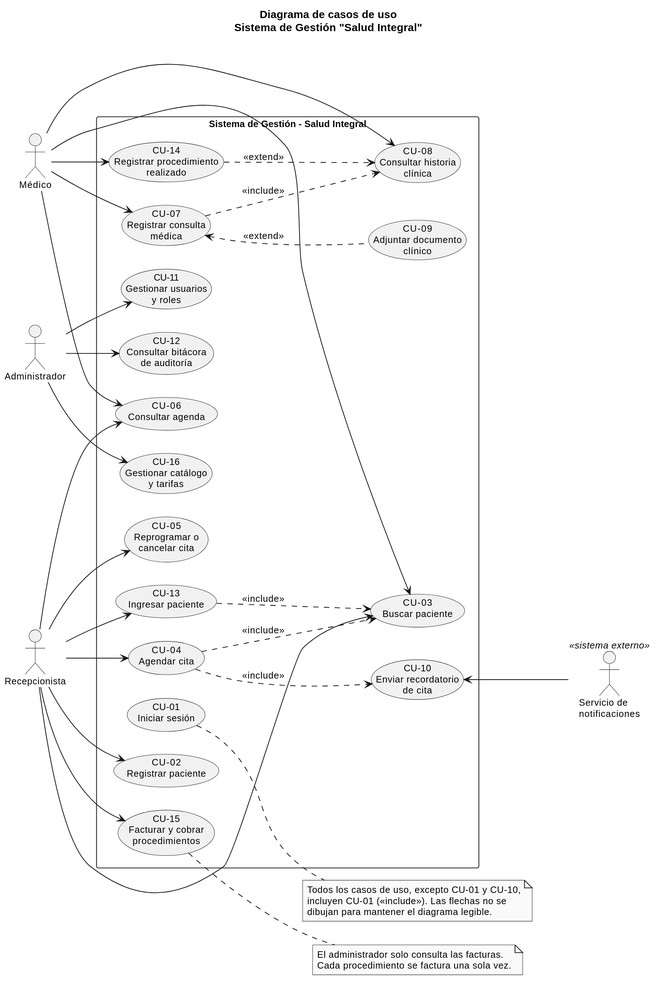
Earlier version of the PlantUML export docs/uml/img/01_casos_de_uso.svg (JNACHO2001/consultorio-medico).
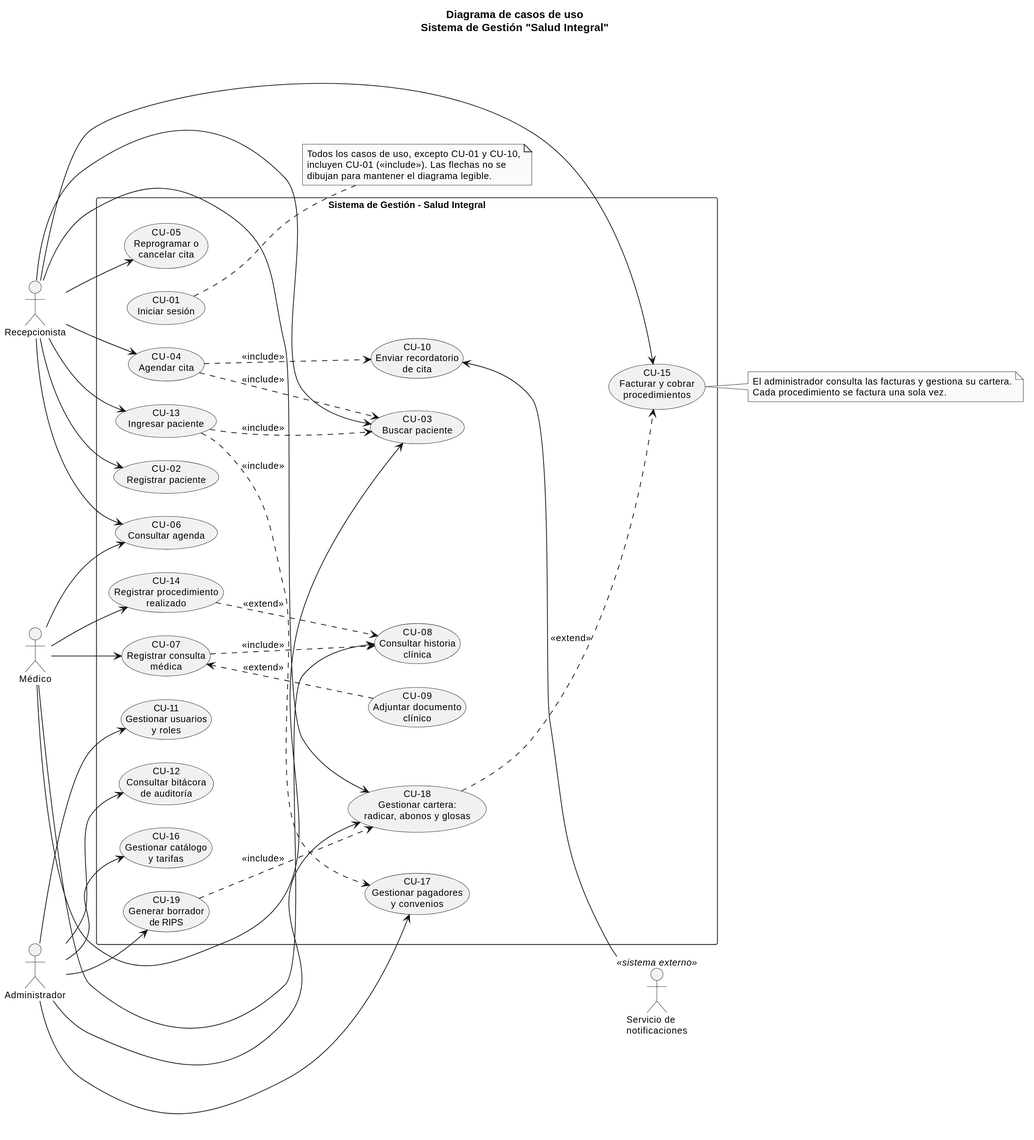
The same diagram one commit later.

Commit message:
Regenera imagen vectorial 01_casos_de_uso

Diff of the diagram source:
```diff
@@ -32,6 +32,9 @@
   usecase "CU-14\nRegistrar procedimiento\nrealizado" as CU14
   usecase "CU-15\nFacturar y cobrar\nprocedimientos" as CU15
   usecase "CU-16\nGestionar catálogo\ny tarifas" as CU16
+  usecase "CU-17\nGestionar pagadores\ny convenios" as CU17
+  usecase "CU-18\nGestionar cartera:\nradicar, abonos y glosas" as CU18
+  usecase "CU-19\nGenerar borrador\nde RIPS" as CU19
 }
 
 actor "Servicio de\nnotificaciones" as NOT <<sistema externo>>
@@ -43,6 +46,7 @@
 REC --> CU03
 REC --> CU13
 REC --> CU15
+REC --> CU18
 
 MED --> CU14
 MED --> CU06
@@ -53,6 +57,9 @@
 ADM --> CU11
 ADM --> CU12
 ADM --> CU16
+ADM --> CU17
+ADM --> CU18
+ADM --> CU19
 
 CU04 ..> CU03 : <<include>>
 CU04 ..> CU10 : <<include>>
@@ -60,11 +67,14 @@
 CU09 .up.> CU07 : <<extend>>
 CU13 ..> CU03 : <<include>>
 CU14 ..> CU08 : <<extend>>
+CU13 ..> CU17 : <<include>>
+CU18 ..> CU15 : <<extend>>
+CU19 ..> CU18 : <<include>>
 
 CU10 <-- NOT
 
 note right of CU15
-  El administrador solo consulta las facturas.
+  El administrador consulta las facturas y gestiona su cartera.
   Cada procedimiento se factura una sola vez.
 end note
 
```
